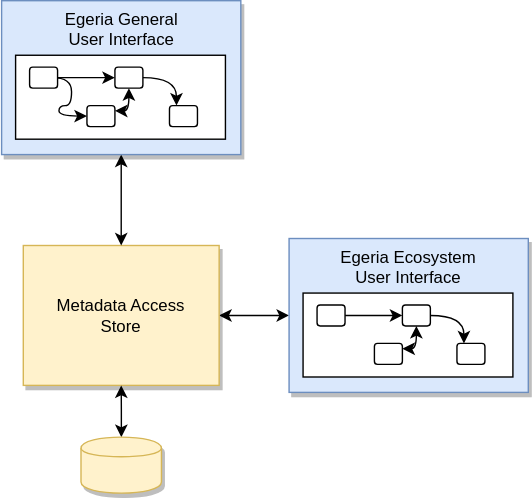
Above: site/docs/patterns/metadata-manager/metadata-manager-overview.svg in odpi/egeria-docs (draw.io), before the change. Source tidied: cells renumbered, new cells last; positions are measured from the earlier drawing's top-left corner, leaving out a move shared by most shapes.
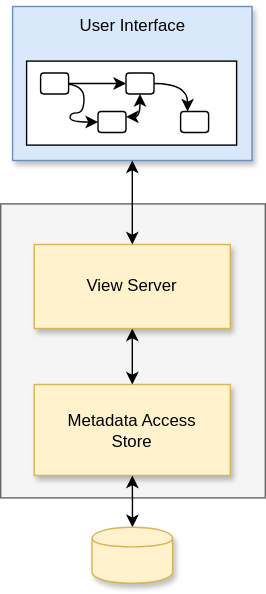
The same file after the commit.

What changed in the source:
```diff
@@ -2,79 +2,58 @@
   <root>
     <mxCell id="0" />
     <mxCell id="1" parent="0" />
-    <mxCell id="2" style="edgeStyle=orthogonalEdgeStyle;curved=1;rounded=0;jettySize=auto;html=1;startArrow=classic;startFill=1;entryX=1;entryY=0.5;entryDx=0;entryDy=0;" parent="1" edge="1" source="3" target="12">
-      <mxGeometry relative="1" as="geometry" />
+    <mxCell id="2" style="rounded=0;whiteSpace=wrap;html=1;fillColor=#f5f5f5;fontColor=#333333;strokeColor=#666666;" parent="1" vertex="1">
+      <mxGeometry x="-9" y="81" width="189" height="210" as="geometry" />
     </mxCell>
-    <mxCell id="3" value="Egeria Ecosystem&lt;br&gt;User Interface" style="rounded=0;whiteSpace=wrap;html=1;shadow=1;verticalAlign=top;fillColor=#dae8fc;strokeColor=#6c8ebf;" parent="1" vertex="1">
-      <mxGeometry x="205" y="170" width="171" height="110" as="geometry" />
+    <mxCell id="3" value="Metadata Access&lt;br&gt;Store" style="rounded=0;whiteSpace=wrap;html=1;verticalAlign=middle;fillColor=#fff2cc;strokeColor=#d6b656;shadow=1;align=center;" parent="1" vertex="1">
+      <mxGeometry x="15" y="210" width="140" height="65" as="geometry" />
     </mxCell>
-    <mxCell id="4" style="rounded=0;whiteSpace=wrap;html=1;shadow=0;" parent="1" vertex="1">
-      <mxGeometry x="215" y="209" width="150" height="60" as="geometry" />
+    <mxCell id="4" style="edgeStyle=orthogonalEdgeStyle;rounded=0;jettySize=auto;html=1;startArrow=classic;startFill=1;" parent="1" edge="1" source="5" target="3">
+      <mxGeometry relative="1" as="geometry" />
     </mxCell>
-    <mxCell id="5" style="rounded=1;whiteSpace=wrap;html=1;shadow=0;" parent="1" vertex="1">
-      <mxGeometry x="325" y="245" width="20" height="15" as="geometry" />
+    <mxCell id="5" style="shape=cylinder;whiteSpace=wrap;html=1;boundedLbl=1;backgroundOutline=1;fillColor=#fff2cc;strokeColor=#d6b656;shadow=1;" parent="1" vertex="1">
+      <mxGeometry x="56.2" y="312" width="57.5" height="40" as="geometry" />
     </mxCell>
-    <mxCell id="6" style="edgeStyle=orthogonalEdgeStyle;curved=1;rounded=0;jettySize=auto;html=1;entryX=0.25;entryY=0;entryDx=0;entryDy=0;startArrow=none;startFill=0;" parent="1" edge="1" source="7" target="5">
+    <mxCell id="6" style="edgeStyle=orthogonalEdgeStyle;rounded=0;jettySize=auto;html=1;exitX=0.5;exitY=1;exitDx=0;exitDy=0;startArrow=classic;startFill=1;" parent="1" edge="1" source="17" target="3">
       <mxGeometry relative="1" as="geometry" />
     </mxCell>
-    <mxCell id="7" style="rounded=1;whiteSpace=wrap;html=1;shadow=0;" parent="1" vertex="1">
-      <mxGeometry x="286" y="217.5" width="20" height="15" as="geometry" />
+    <mxCell id="7" value="User Interface" style="rounded=0;whiteSpace=wrap;html=1;shadow=1;verticalAlign=top;fillColor=#dae8fc;strokeColor=#6c8ebf;" parent="1" vertex="1">
+      <mxGeometry x="-0.5" y="-60" width="171" height="110" as="geometry" />
     </mxCell>
-    <mxCell id="8" style="edgeStyle=orthogonalEdgeStyle;curved=1;rounded=0;jettySize=auto;html=1;exitX=1;exitY=0.25;exitDx=0;exitDy=0;entryX=0.5;entryY=1;entryDx=0;entryDy=0;startArrow=classic;startFill=1;" parent="1" edge="1" source="9" target="7">
-      <mxGeometry relative="1" as="geometry" />
+    <mxCell id="8" style="rounded=0;whiteSpace=wrap;html=1;shadow=0;" parent="1" vertex="1">
+      <mxGeometry x="9.5" y="-21" width="150" height="60" as="geometry" />
     </mxCell>
     <mxCell id="9" style="rounded=1;whiteSpace=wrap;html=1;shadow=0;" parent="1" vertex="1">
-      <mxGeometry x="266" y="245" width="20" height="15" as="geometry" />
+      <mxGeometry x="119.5" y="15" width="20" height="15" as="geometry" />
     </mxCell>
-    <mxCell id="10" style="edgeStyle=orthogonalEdgeStyle;rounded=0;jettySize=auto;html=1;entryX=0;entryY=0.5;entryDx=0;entryDy=0;startArrow=none;startFill=0;curved=1;" parent="1" edge="1" source="11" target="7">
+    <mxCell id="10" style="edgeStyle=orthogonalEdgeStyle;curved=1;rounded=0;jettySize=auto;html=1;entryX=0.25;entryY=0;entryDx=0;entryDy=0;startArrow=none;startFill=0;" parent="1" edge="1" source="11" target="9">
       <mxGeometry relative="1" as="geometry" />
     </mxCell>
     <mxCell id="11" style="rounded=1;whiteSpace=wrap;html=1;shadow=0;" parent="1" vertex="1">
-      <mxGeometry x="225" y="217.5" width="20" height="15" as="geometry" />
+      <mxGeometry x="80.5" y="-12.5" width="20" height="15" as="geometry" />
     </mxCell>
-    <mxCell id="12" value="Metadata Access&lt;br&gt;Store" style="rounded=0;whiteSpace=wrap;html=1;verticalAlign=middle;fillColor=#fff2cc;strokeColor=#d6b656;shadow=1;align=center;" parent="1" vertex="1">
-      <mxGeometry x="15" y="175" width="140" height="100" as="geometry" />
+    <mxCell id="12" style="edgeStyle=orthogonalEdgeStyle;curved=1;rounded=0;jettySize=auto;html=1;exitX=1;exitY=0.25;exitDx=0;exitDy=0;entryX=0.5;entryY=1;entryDx=0;entryDy=0;startArrow=classic;startFill=1;" parent="1" edge="1" source="13" target="11">
+      <mxGeometry relative="1" as="geometry" />
     </mxCell>
-    <mxCell id="13" style="edgeStyle=orthogonalEdgeStyle;rounded=0;jettySize=auto;html=1;startArrow=classic;startFill=1;" parent="1" edge="1" source="14" target="12">
-      <mxGeometry relative="1" as="geometry" />
+    <mxCell id="13" style="rounded=1;whiteSpace=wrap;html=1;shadow=0;" parent="1" vertex="1">
+      <mxGeometry x="60.5" y="15" width="20" height="15" as="geometry" />
     </mxCell>
-    <mxCell id="14" style="shape=cylinder;whiteSpace=wrap;html=1;boundedLbl=1;backgroundOutline=1;fillColor=#fff2cc;strokeColor=#d6b656;shadow=1;" parent="1" vertex="1">
-      <mxGeometry x="56.2" y="312" width="57.5" height="40" as="geometry" />
+    <mxCell id="14" style="edgeStyle=orthogonalEdgeStyle;rounded=0;jettySize=auto;html=1;entryX=0;entryY=0.5;entryDx=0;entryDy=0;startArrow=none;startFill=0;curved=1;" parent="1" edge="1" source="16" target="11">
+      <mxGeometry relative="1" as="geometry" />
     </mxCell>
-    <mxCell id="15" style="edgeStyle=orthogonalEdgeStyle;rounded=0;jettySize=auto;html=1;exitX=0.5;exitY=1;exitDx=0;exitDy=0;startArrow=classic;startFill=1;" parent="1" edge="1" source="16" target="12">
-      <mxGeometry relative="1" as="geometry" />
+    <mxCell id="15" style="edgeStyle=orthogonalEdgeStyle;curved=1;rounded=0;jettySize=auto;html=1;entryX=0;entryY=0.5;entryDx=0;entryDy=0;startArrow=classic;startFill=1;" parent="1" edge="1" target="13">
+      <mxGeometry relative="1" as="geometry">
+        <mxPoint x="29.5" y="-5" as="sourcePoint" />
+      </mxGeometry>
     </mxCell>
-    <mxCell id="16" value="Egeria General&lt;br&gt;User Interface" style="rounded=0;whiteSpace=wrap;html=1;shadow=1;verticalAlign=top;fillColor=#dae8fc;strokeColor=#6c8ebf;" parent="1" vertex="1">
-      <mxGeometry x="-0.5" width="171" height="110" as="geometry" />
+    <mxCell id="16" style="rounded=1;whiteSpace=wrap;html=1;shadow=0;" parent="1" vertex="1">
+      <mxGeometry x="19.5" y="-12.5" width="20" height="15" as="geometry" />
     </mxCell>
-    <mxCell id="17" style="rounded=0;whiteSpace=wrap;html=1;shadow=0;" parent="1" vertex="1">
-      <mxGeometry x="9.5" y="39" width="150" height="60" as="geometry" />
+    <mxCell id="17" value="View Server" style="rounded=0;whiteSpace=wrap;html=1;verticalAlign=middle;fillColor=#fff2cc;strokeColor=#d6b656;shadow=1;align=center;" parent="1" vertex="1">
+      <mxGeometry x="15" y="110" width="140" height="60" as="geometry" />
     </mxCell>
-    <mxCell id="18" style="rounded=1;whiteSpace=wrap;html=1;shadow=0;" parent="1" vertex="1">
-      <mxGeometry x="119.5" y="75" width="20" height="15" as="geometry" />
+    <mxCell id="18" style="edgeStyle=orthogonalEdgeStyle;rounded=0;jettySize=auto;html=1;exitX=0.5;exitY=1;exitDx=0;exitDy=0;startArrow=classic;startFill=1;" parent="1" edge="1" source="7" target="17">
+      <mxGeometry relative="1" as="geometry" />
     </mxCell>
-    <mxCell id="19" style="edgeStyle=orthogonalEdgeStyle;curved=1;rounded=0;jettySize=auto;html=1;entryX=0.25;entryY=0;entryDx=0;entryDy=0;startArrow=none;startFill=0;" parent="1" edge="1" source="20" target="18">
-      <mxGeometry relative="1" as="geometry" />
-    </mxCell>
-    <mxCell id="20" style="rounded=1;whiteSpace=wrap;html=1;shadow=0;" parent="1" vertex="1">
-      <mxGeometry x="80.5" y="47.5" width="20" height="15" as="geometry" />
-    </mxCell>
-    <mxCell id="21" style="edgeStyle=orthogonalEdgeStyle;curved=1;rounded=0;jettySize=auto;html=1;exitX=1;exitY=0.25;exitDx=0;exitDy=0;entryX=0.5;entryY=1;entryDx=0;entryDy=0;startArrow=classic;startFill=1;" parent="1" edge="1" source="22" target="20">
-      <mxGeometry relative="1" as="geometry" />
-    </mxCell>
-    <mxCell id="22" style="rounded=1;whiteSpace=wrap;html=1;shadow=0;" parent="1" vertex="1">
-      <mxGeometry x="60.5" y="75" width="20" height="15" as="geometry" />
-    </mxCell>
-    <mxCell id="23" style="edgeStyle=orthogonalEdgeStyle;rounded=0;jettySize=auto;html=1;entryX=0;entryY=0.5;entryDx=0;entryDy=0;startArrow=none;startFill=0;curved=1;" parent="1" edge="1" source="25" target="20">
-      <mxGeometry relative="1" as="geometry" />
-    </mxCell>
-    <mxCell id="24" style="edgeStyle=orthogonalEdgeStyle;curved=1;rounded=0;jettySize=auto;html=1;entryX=0;entryY=0.5;entryDx=0;entryDy=0;startArrow=classic;startFill=1;" parent="1" edge="1" target="22">
-      <mxGeometry relative="1" as="geometry">
-        <mxPoint x="29.5" y="55" as="sourcePoint" />
-      </mxGeometry>
-    </mxCell>
-    <mxCell id="25" style="rounded=1;whiteSpace=wrap;html=1;shadow=0;" parent="1" vertex="1">
-      <mxGeometry x="19.5" y="47.5" width="20" height="15" as="geometry" />
-    </mxCell>
   </root>
 </mxGraphModel>
```
